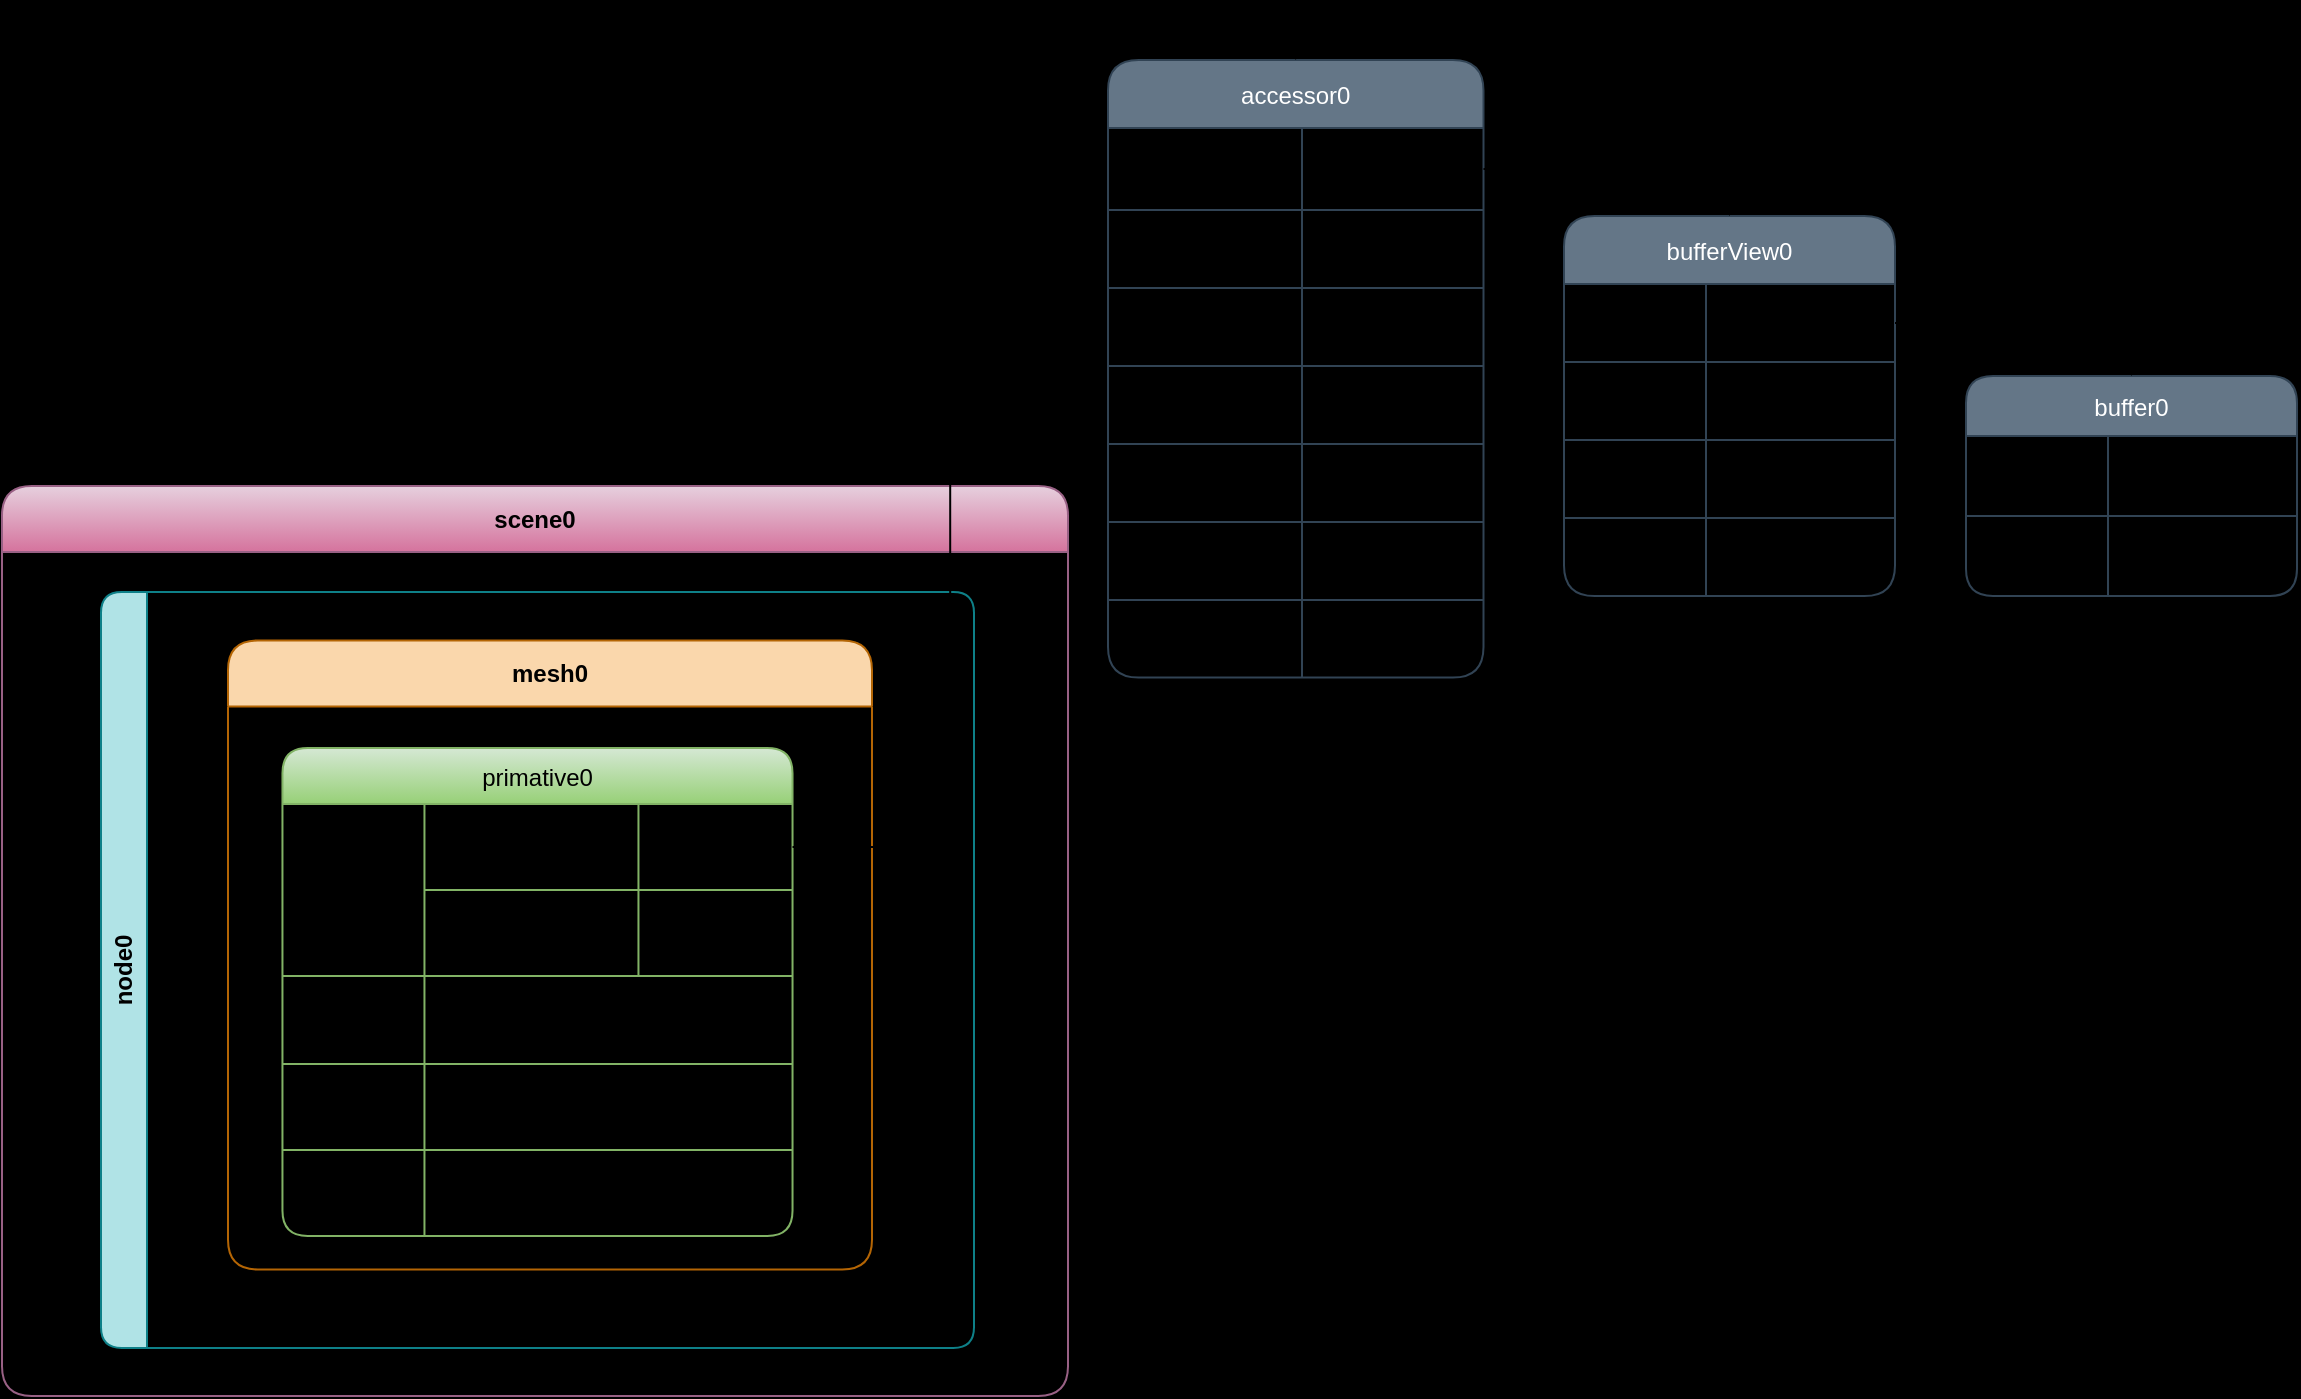
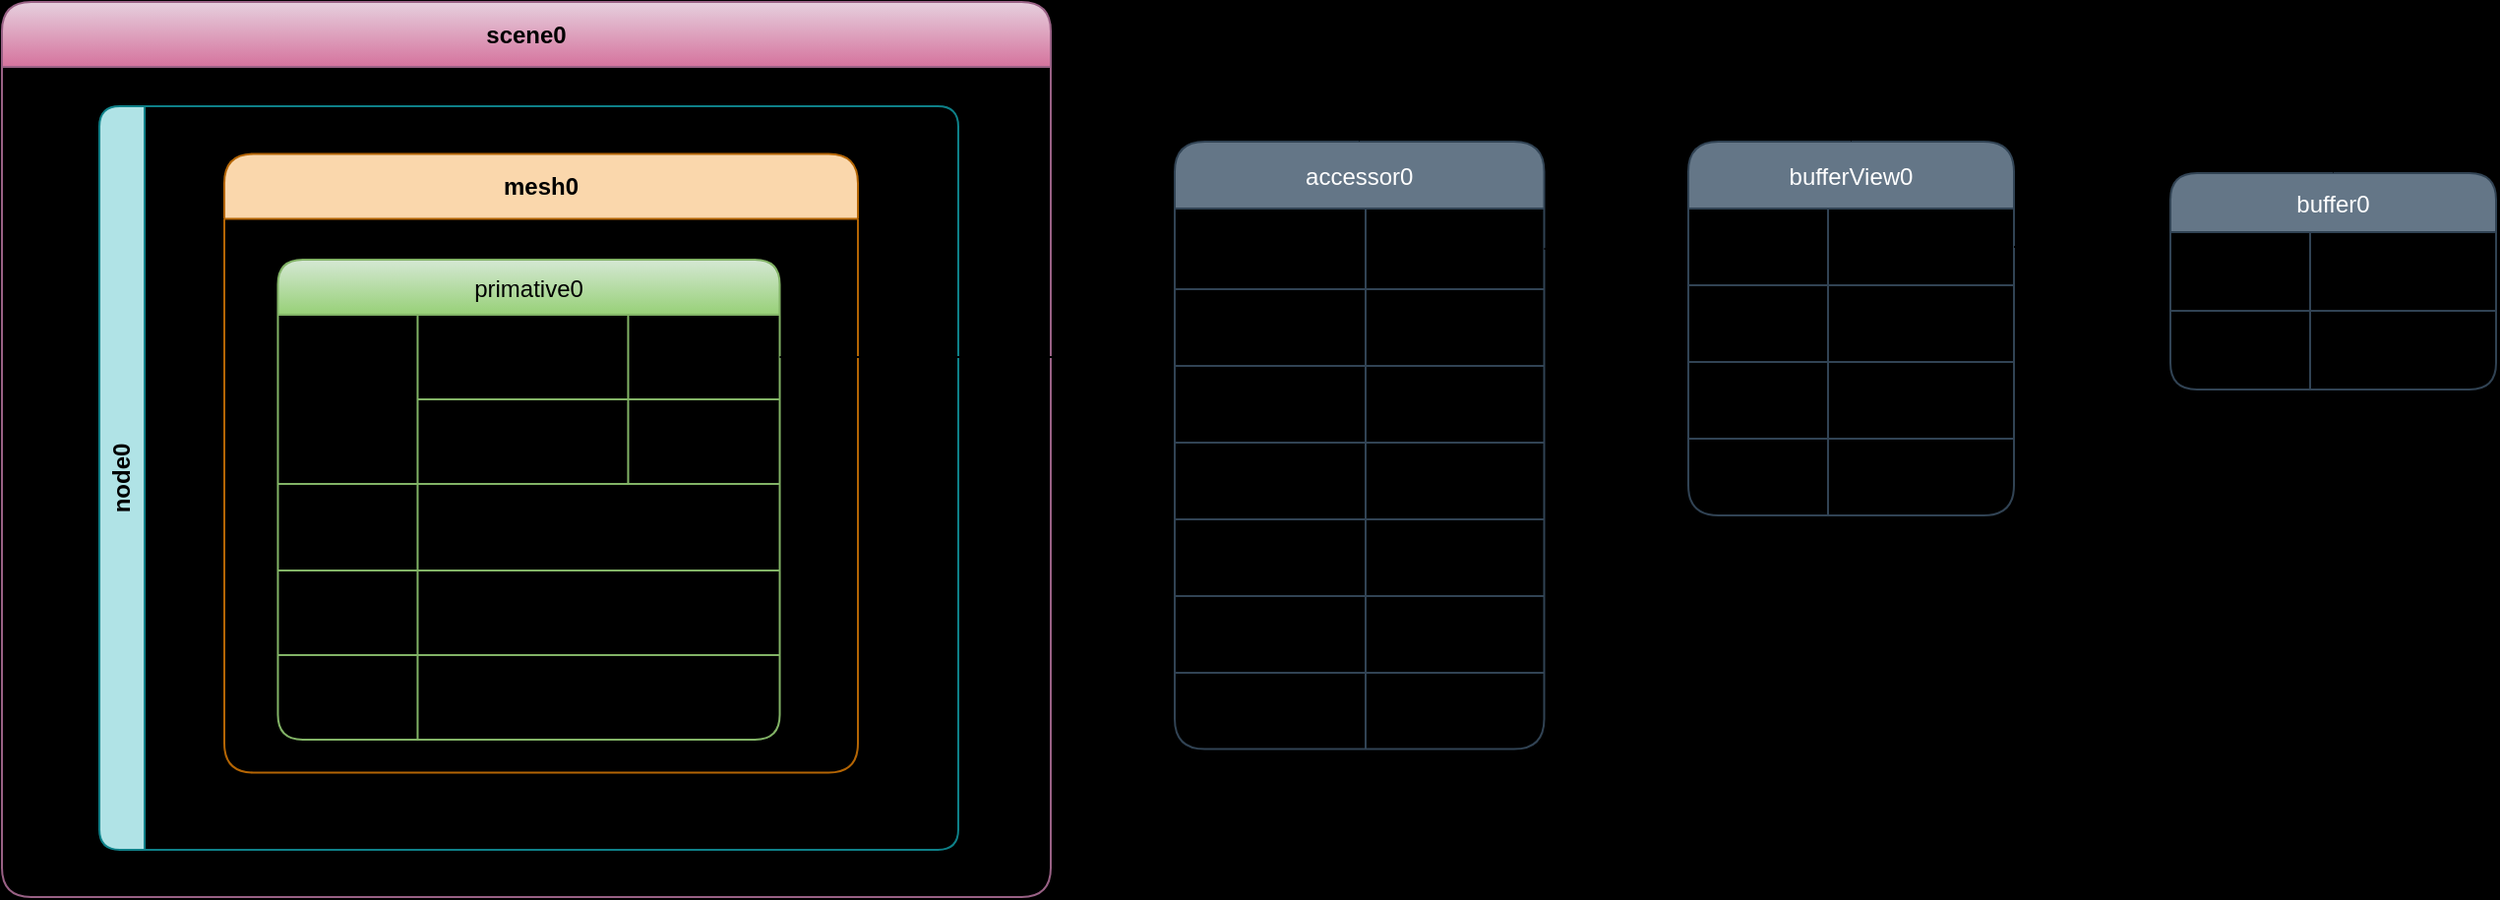
<mxfile host="app.diagrams.net">
  <diagram id="BZvedy4mBk2RI_J5c_5u" name="第 1 页">
    <mxGraphModel dx="2491" dy="1342" grid="0" gridSize="10" guides="1" tooltips="1" connect="1" arrows="1" fold="1" page="0" pageScale="1" pageWidth="827" pageHeight="1169" background="light-dark(#000000,#2B2B2B)" math="0" shadow="0">
      <root>
        <mxCell id="0" />
        <mxCell id="1" parent="0" />
        <mxCell id="-Ds3_SINnqwqFCvs20sv-1" parent="1" style="shape=table;startSize=30;container=1;collapsible=0;childLayout=tableLayout;fixedHeader=1;fillColor=#647687;fontColor=#ffffff;strokeColor=#314354;rounded=1;" value="buffer0" vertex="1">
-           <mxGeometry height="110" width="165.5" x="48" y="40" as="geometry" />
+           <mxGeometry height="110" width="165.5" x="174" y="55" as="geometry" />
        </mxCell>
        <mxCell id="-Ds3_SINnqwqFCvs20sv-2" parent="-Ds3_SINnqwqFCvs20sv-1" style="shape=tableRow;horizontal=0;startSize=0;swimlaneHead=0;swimlaneBody=0;strokeColor=inherit;top=0;left=0;bottom=0;right=0;collapsible=0;dropTarget=0;fillColor=none;points=[[0,0.5],[1,0.5]];portConstraint=eastwest;fixedHeader=1;rounded=1;" value="" vertex="1">
          <mxGeometry height="40" width="165.5" y="30" as="geometry" />
        </mxCell>
        <mxCell id="-Ds3_SINnqwqFCvs20sv-3" parent="-Ds3_SINnqwqFCvs20sv-2" style="shape=partialRectangle;html=1;whiteSpace=wrap;connectable=0;strokeColor=inherit;overflow=hidden;fillColor=none;top=0;left=0;bottom=0;right=0;pointerEvents=1;align=center;rounded=1;" value="uri" vertex="1">
          <mxGeometry height="40" width="71" as="geometry">
            <mxRectangle height="40" width="71" as="alternateBounds" />
          </mxGeometry>
        </mxCell>
        <mxCell id="-Ds3_SINnqwqFCvs20sv-4" parent="-Ds3_SINnqwqFCvs20sv-2" style="shape=partialRectangle;html=1;whiteSpace=wrap;connectable=0;strokeColor=inherit;overflow=hidden;fillColor=none;top=0;left=0;bottom=0;right=0;pointerEvents=1;rounded=1;" value="data:URL" vertex="1">
          <mxGeometry height="40" width="95" x="71" as="geometry">
            <mxRectangle height="40" width="95" as="alternateBounds" />
          </mxGeometry>
        </mxCell>
        <mxCell id="-Ds3_SINnqwqFCvs20sv-5" parent="-Ds3_SINnqwqFCvs20sv-1" style="shape=tableRow;horizontal=0;startSize=0;swimlaneHead=0;swimlaneBody=0;strokeColor=inherit;top=0;left=0;bottom=0;right=0;collapsible=0;dropTarget=0;fillColor=none;points=[[0,0.5],[1,0.5]];portConstraint=eastwest;fixedHeader=1;rounded=1;" value="" vertex="1">
          <mxGeometry height="40" width="165.5" y="70" as="geometry" />
        </mxCell>
        <mxCell id="-Ds3_SINnqwqFCvs20sv-6" parent="-Ds3_SINnqwqFCvs20sv-5" style="shape=partialRectangle;html=1;whiteSpace=wrap;connectable=0;strokeColor=inherit;overflow=hidden;fillColor=none;top=0;left=0;bottom=0;right=0;pointerEvents=1;align=center;rounded=1;" value="byteLength" vertex="1">
          <mxGeometry height="40" width="71" as="geometry">
            <mxRectangle height="40" width="71" as="alternateBounds" />
          </mxGeometry>
        </mxCell>
        <mxCell id="-Ds3_SINnqwqFCvs20sv-7" parent="-Ds3_SINnqwqFCvs20sv-5" style="shape=partialRectangle;html=1;whiteSpace=wrap;connectable=0;strokeColor=inherit;overflow=hidden;fillColor=none;top=0;left=0;bottom=0;right=0;pointerEvents=1;rounded=1;" value="36" vertex="1">
          <mxGeometry height="40" width="95" x="71" as="geometry">
            <mxRectangle height="40" width="95" as="alternateBounds" />
          </mxGeometry>
        </mxCell>
        <mxCell id="IMBELnrVSliVJA-H-ImH-1" parent="1" style="shape=table;startSize=34;container=1;collapsible=0;childLayout=tableLayout;fixedHeader=1;fillColor=#647687;fontColor=#ffffff;strokeColor=#314354;rounded=1;" value="bufferView0" vertex="1">
-           <mxGeometry height="190" width="165.5" x="-153" y="-40" as="geometry" />
+           <mxGeometry height="190" width="165.5" x="-71" y="39" as="geometry" />
        </mxCell>
        <mxCell id="IMBELnrVSliVJA-H-ImH-2" parent="IMBELnrVSliVJA-H-ImH-1" style="shape=tableRow;horizontal=0;startSize=0;swimlaneHead=0;swimlaneBody=0;strokeColor=inherit;top=0;left=0;bottom=0;right=0;collapsible=0;dropTarget=0;fillColor=none;points=[[0,0.5],[1,0.5]];portConstraint=eastwest;fixedHeader=1;rounded=1;" value="" vertex="1">
          <mxGeometry height="39" width="165.5" y="34" as="geometry" />
        </mxCell>
        <mxCell id="IMBELnrVSliVJA-H-ImH-3" parent="IMBELnrVSliVJA-H-ImH-2" style="shape=partialRectangle;html=1;whiteSpace=wrap;connectable=0;strokeColor=inherit;overflow=hidden;fillColor=none;top=0;left=0;bottom=0;right=0;pointerEvents=1;align=center;rounded=1;" value="buffer" vertex="1">
          <mxGeometry height="39" width="71" as="geometry">
            <mxRectangle height="39" width="71" as="alternateBounds" />
          </mxGeometry>
        </mxCell>
        <mxCell id="IMBELnrVSliVJA-H-ImH-4" parent="IMBELnrVSliVJA-H-ImH-2" style="shape=partialRectangle;html=1;whiteSpace=wrap;connectable=0;strokeColor=inherit;overflow=hidden;fillColor=none;top=0;left=0;bottom=0;right=0;pointerEvents=1;rounded=1;" value="0" vertex="1">
          <mxGeometry height="39" width="95" x="71" as="geometry">
            <mxRectangle height="39" width="95" as="alternateBounds" />
          </mxGeometry>
        </mxCell>
        <mxCell id="IMBELnrVSliVJA-H-ImH-5" parent="IMBELnrVSliVJA-H-ImH-1" style="shape=tableRow;horizontal=0;startSize=0;swimlaneHead=0;swimlaneBody=0;strokeColor=inherit;top=0;left=0;bottom=0;right=0;collapsible=0;dropTarget=0;fillColor=none;points=[[0,0.5],[1,0.5]];portConstraint=eastwest;fixedHeader=1;rounded=1;" value="" vertex="1">
          <mxGeometry height="39" width="165.5" y="73" as="geometry" />
        </mxCell>
        <mxCell id="IMBELnrVSliVJA-H-ImH-6" parent="IMBELnrVSliVJA-H-ImH-5" style="shape=partialRectangle;html=1;whiteSpace=wrap;connectable=0;strokeColor=inherit;overflow=hidden;fillColor=none;top=0;left=0;bottom=0;right=0;pointerEvents=1;align=center;rounded=1;" value="byteOffset" vertex="1">
          <mxGeometry height="39" width="71" as="geometry">
            <mxRectangle height="39" width="71" as="alternateBounds" />
          </mxGeometry>
        </mxCell>
        <mxCell id="IMBELnrVSliVJA-H-ImH-7" parent="IMBELnrVSliVJA-H-ImH-5" style="shape=partialRectangle;html=1;whiteSpace=wrap;connectable=0;strokeColor=inherit;overflow=hidden;fillColor=none;top=0;left=0;bottom=0;right=0;pointerEvents=1;rounded=1;" value="0" vertex="1">
          <mxGeometry height="39" width="95" x="71" as="geometry">
            <mxRectangle height="39" width="95" as="alternateBounds" />
          </mxGeometry>
        </mxCell>
        <mxCell id="IMBELnrVSliVJA-H-ImH-8" parent="IMBELnrVSliVJA-H-ImH-1" style="shape=tableRow;horizontal=0;startSize=0;swimlaneHead=0;swimlaneBody=0;strokeColor=inherit;top=0;left=0;bottom=0;right=0;collapsible=0;dropTarget=0;fillColor=none;points=[[0,0.5],[1,0.5]];portConstraint=eastwest;fixedHeader=1;rounded=1;" vertex="1">
          <mxGeometry height="39" width="165.5" y="112" as="geometry" />
        </mxCell>
        <mxCell id="IMBELnrVSliVJA-H-ImH-9" parent="IMBELnrVSliVJA-H-ImH-8" style="shape=partialRectangle;html=1;whiteSpace=wrap;connectable=0;strokeColor=inherit;overflow=hidden;fillColor=none;top=0;left=0;bottom=0;right=0;pointerEvents=1;align=center;rounded=1;" value="byteLength" vertex="1">
          <mxGeometry height="39" width="71" as="geometry">
            <mxRectangle height="39" width="71" as="alternateBounds" />
          </mxGeometry>
        </mxCell>
        <mxCell id="IMBELnrVSliVJA-H-ImH-10" parent="IMBELnrVSliVJA-H-ImH-8" style="shape=partialRectangle;html=1;whiteSpace=wrap;connectable=0;strokeColor=inherit;overflow=hidden;fillColor=none;top=0;left=0;bottom=0;right=0;pointerEvents=1;rounded=1;" value="36" vertex="1">
          <mxGeometry height="39" width="95" x="71" as="geometry">
            <mxRectangle height="39" width="95" as="alternateBounds" />
          </mxGeometry>
        </mxCell>
        <mxCell id="IMBELnrVSliVJA-H-ImH-11" parent="IMBELnrVSliVJA-H-ImH-1" style="shape=tableRow;horizontal=0;startSize=0;swimlaneHead=0;swimlaneBody=0;strokeColor=inherit;top=0;left=0;bottom=0;right=0;collapsible=0;dropTarget=0;fillColor=none;points=[[0,0.5],[1,0.5]];portConstraint=eastwest;fixedHeader=1;rounded=1;" vertex="1">
          <mxGeometry height="39" width="165.5" y="151" as="geometry" />
        </mxCell>
        <mxCell id="IMBELnrVSliVJA-H-ImH-12" parent="IMBELnrVSliVJA-H-ImH-11" style="shape=partialRectangle;html=1;whiteSpace=wrap;connectable=0;strokeColor=inherit;overflow=hidden;fillColor=none;top=0;left=0;bottom=0;right=0;pointerEvents=1;align=center;rounded=1;" value="target" vertex="1">
          <mxGeometry height="39" width="71" as="geometry">
            <mxRectangle height="39" width="71" as="alternateBounds" />
          </mxGeometry>
        </mxCell>
        <mxCell id="IMBELnrVSliVJA-H-ImH-13" parent="IMBELnrVSliVJA-H-ImH-11" style="shape=partialRectangle;html=1;whiteSpace=wrap;connectable=0;strokeColor=inherit;overflow=hidden;fillColor=none;top=0;left=0;bottom=0;right=0;pointerEvents=1;rounded=1;" value="34962" vertex="1">
          <mxGeometry height="39" width="95" x="71" as="geometry">
            <mxRectangle height="39" width="95" as="alternateBounds" />
          </mxGeometry>
        </mxCell>
-         <mxCell id="IMBELnrVSliVJA-H-ImH-15" edge="1" parent="1" source="IMBELnrVSliVJA-H-ImH-2" style="edgeStyle=orthogonalEdgeStyle;rounded=1;orthogonalLoop=1;jettySize=auto;html=1;fontSize=12;startSize=8;endSize=8;exitX=1;exitY=0.5;exitDx=0;exitDy=0;entryX=0.5;entryY=0;entryDx=0;entryDy=0;strokeColor=light-dark(#000000,#80FF00);align=center;verticalAlign=middle;fontFamily=Helvetica;fontColor=default;labelBackgroundColor=default;endArrow=classic;flowAnimation=0;curved=0;" target="-Ds3_SINnqwqFCvs20sv-1">
-           <mxGeometry relative="1" as="geometry" />
+         <mxCell id="IMBELnrVSliVJA-H-ImH-15" edge="1" parent="1" source="IMBELnrVSliVJA-H-ImH-2" style="edgeStyle=orthogonalEdgeStyle;rounded=1;orthogonalLoop=1;jettySize=auto;html=1;fontSize=12;startSize=8;endSize=8;exitX=1;exitY=0.5;exitDx=0;exitDy=0;entryX=0.5;entryY=0;entryDx=0;entryDy=0;strokeColor=light-dark(#000000,#33FF99);align=center;verticalAlign=middle;fontFamily=Helvetica;fontColor=default;labelBackgroundColor=default;endArrow=classic;flowAnimation=0;curved=0;" target="-Ds3_SINnqwqFCvs20sv-1">
+           <mxGeometry relative="1" as="geometry">
+             <Array as="points">
+               <mxPoint x="134" y="93" />
+               <mxPoint x="134" y="24" />
+               <mxPoint x="257" y="24" />
+             </Array>
+           </mxGeometry>
        </mxCell>
        <mxCell id="IMBELnrVSliVJA-H-ImH-16" parent="1" style="shape=table;startSize=34;container=1;collapsible=0;childLayout=tableLayout;fixedHeader=1;fillColor=#647687;fontColor=#ffffff;strokeColor=#314354;rounded=1;" value="accessor0" vertex="1">
-           <mxGeometry height="308.75" width="187.75" x="-381" y="-118" as="geometry" />
+           <mxGeometry height="308.75" width="187.75" x="-332" y="39" as="geometry" />
        </mxCell>
        <mxCell id="IMBELnrVSliVJA-H-ImH-17" parent="IMBELnrVSliVJA-H-ImH-16" style="shape=tableRow;horizontal=0;startSize=0;swimlaneHead=0;swimlaneBody=0;strokeColor=inherit;top=0;left=0;bottom=0;right=0;collapsible=0;dropTarget=0;fillColor=none;points=[[0,0.5],[1,0.5]];portConstraint=eastwest;fixedHeader=1;rounded=1;" value="" vertex="1">
          <mxGeometry height="41" width="187.75" y="34" as="geometry" />
        </mxCell>
        <mxCell id="IMBELnrVSliVJA-H-ImH-18" parent="IMBELnrVSliVJA-H-ImH-17" style="shape=partialRectangle;html=1;whiteSpace=wrap;connectable=0;strokeColor=inherit;overflow=hidden;fillColor=none;top=0;left=0;bottom=0;right=0;pointerEvents=1;align=center;rounded=1;" value="bufferView" vertex="1">
          <mxGeometry height="41" width="97" as="geometry">
            <mxRectangle height="41" width="97" as="alternateBounds" />
          </mxGeometry>
        </mxCell>
        <mxCell id="IMBELnrVSliVJA-H-ImH-19" parent="IMBELnrVSliVJA-H-ImH-17" style="shape=partialRectangle;html=1;whiteSpace=wrap;connectable=0;strokeColor=inherit;overflow=hidden;fillColor=none;top=0;left=0;bottom=0;right=0;pointerEvents=1;rounded=1;" value="0" vertex="1">
          <mxGeometry height="41" width="91" x="97" as="geometry">
            <mxRectangle height="41" width="91" as="alternateBounds" />
          </mxGeometry>
        </mxCell>
        <mxCell id="IMBELnrVSliVJA-H-ImH-20" parent="IMBELnrVSliVJA-H-ImH-16" style="shape=tableRow;horizontal=0;startSize=0;swimlaneHead=0;swimlaneBody=0;strokeColor=inherit;top=0;left=0;bottom=0;right=0;collapsible=0;dropTarget=0;fillColor=none;points=[[0,0.5],[1,0.5]];portConstraint=eastwest;fixedHeader=1;rounded=1;" value="" vertex="1">
          <mxGeometry height="39" width="187.75" y="75" as="geometry" />
        </mxCell>
        <mxCell id="IMBELnrVSliVJA-H-ImH-21" parent="IMBELnrVSliVJA-H-ImH-20" style="shape=partialRectangle;html=1;whiteSpace=wrap;connectable=0;strokeColor=inherit;overflow=hidden;fillColor=none;top=0;left=0;bottom=0;right=0;pointerEvents=1;align=center;rounded=1;" value="byteOffset" vertex="1">
          <mxGeometry height="39" width="97" as="geometry">
            <mxRectangle height="39" width="97" as="alternateBounds" />
          </mxGeometry>
        </mxCell>
        <mxCell id="IMBELnrVSliVJA-H-ImH-22" parent="IMBELnrVSliVJA-H-ImH-20" style="shape=partialRectangle;html=1;whiteSpace=wrap;connectable=0;strokeColor=inherit;overflow=hidden;fillColor=none;top=0;left=0;bottom=0;right=0;pointerEvents=1;rounded=1;" value="0" vertex="1">
          <mxGeometry height="39" width="91" x="97" as="geometry">
            <mxRectangle height="39" width="91" as="alternateBounds" />
          </mxGeometry>
        </mxCell>
        <mxCell id="IMBELnrVSliVJA-H-ImH-23" parent="IMBELnrVSliVJA-H-ImH-16" style="shape=tableRow;horizontal=0;startSize=0;swimlaneHead=0;swimlaneBody=0;strokeColor=inherit;top=0;left=0;bottom=0;right=0;collapsible=0;dropTarget=0;fillColor=none;points=[[0,0.5],[1,0.5]];portConstraint=eastwest;fixedHeader=1;rounded=1;" vertex="1">
          <mxGeometry height="39" width="187.75" y="114" as="geometry" />
        </mxCell>
        <mxCell id="IMBELnrVSliVJA-H-ImH-24" parent="IMBELnrVSliVJA-H-ImH-23" style="shape=partialRectangle;html=1;whiteSpace=wrap;connectable=0;strokeColor=inherit;overflow=hidden;fillColor=none;top=0;left=0;bottom=0;right=0;pointerEvents=1;align=center;rounded=1;" value="componentType" vertex="1">
          <mxGeometry height="39" width="97" as="geometry">
            <mxRectangle height="39" width="97" as="alternateBounds" />
          </mxGeometry>
        </mxCell>
        <mxCell id="IMBELnrVSliVJA-H-ImH-25" parent="IMBELnrVSliVJA-H-ImH-23" style="shape=partialRectangle;html=1;whiteSpace=wrap;connectable=0;strokeColor=inherit;overflow=hidden;fillColor=none;top=0;left=0;bottom=0;right=0;pointerEvents=1;rounded=1;" value="5126" vertex="1">
          <mxGeometry height="39" width="91" x="97" as="geometry">
            <mxRectangle height="39" width="91" as="alternateBounds" />
          </mxGeometry>
        </mxCell>
        <mxCell id="IMBELnrVSliVJA-H-ImH-26" parent="IMBELnrVSliVJA-H-ImH-16" style="shape=tableRow;horizontal=0;startSize=0;swimlaneHead=0;swimlaneBody=0;strokeColor=inherit;top=0;left=0;bottom=0;right=0;collapsible=0;dropTarget=0;fillColor=none;points=[[0,0.5],[1,0.5]];portConstraint=eastwest;fixedHeader=1;rounded=1;" vertex="1">
          <mxGeometry height="39" width="187.75" y="153" as="geometry" />
        </mxCell>
        <mxCell id="IMBELnrVSliVJA-H-ImH-27" parent="IMBELnrVSliVJA-H-ImH-26" style="shape=partialRectangle;html=1;whiteSpace=wrap;connectable=0;strokeColor=inherit;overflow=hidden;fillColor=none;top=0;left=0;bottom=0;right=0;pointerEvents=1;align=center;rounded=1;" value="count" vertex="1">
          <mxGeometry height="39" width="97" as="geometry">
            <mxRectangle height="39" width="97" as="alternateBounds" />
          </mxGeometry>
        </mxCell>
        <mxCell id="IMBELnrVSliVJA-H-ImH-28" parent="IMBELnrVSliVJA-H-ImH-26" style="shape=partialRectangle;html=1;whiteSpace=wrap;connectable=0;strokeColor=inherit;overflow=hidden;fillColor=none;top=0;left=0;bottom=0;right=0;pointerEvents=1;rounded=1;" value="3" vertex="1">
          <mxGeometry height="39" width="91" x="97" as="geometry">
            <mxRectangle height="39" width="91" as="alternateBounds" />
          </mxGeometry>
        </mxCell>
        <mxCell id="IMBELnrVSliVJA-H-ImH-29" parent="IMBELnrVSliVJA-H-ImH-16" style="shape=tableRow;horizontal=0;startSize=0;swimlaneHead=0;swimlaneBody=0;strokeColor=inherit;top=0;left=0;bottom=0;right=0;collapsible=0;dropTarget=0;fillColor=none;points=[[0,0.5],[1,0.5]];portConstraint=eastwest;fixedHeader=1;rounded=1;" vertex="1">
          <mxGeometry height="39" width="187.75" y="192" as="geometry" />
        </mxCell>
        <mxCell id="IMBELnrVSliVJA-H-ImH-30" parent="IMBELnrVSliVJA-H-ImH-29" style="shape=partialRectangle;html=1;whiteSpace=wrap;connectable=0;strokeColor=inherit;overflow=hidden;fillColor=none;top=0;left=0;bottom=0;right=0;pointerEvents=1;align=center;rounded=1;" value="type" vertex="1">
          <mxGeometry height="39" width="97" as="geometry">
            <mxRectangle height="39" width="97" as="alternateBounds" />
          </mxGeometry>
        </mxCell>
        <mxCell id="IMBELnrVSliVJA-H-ImH-31" parent="IMBELnrVSliVJA-H-ImH-29" style="shape=partialRectangle;html=1;whiteSpace=wrap;connectable=0;strokeColor=inherit;overflow=hidden;fillColor=none;top=0;left=0;bottom=0;right=0;pointerEvents=1;rounded=1;" value="&quot;VEC3&quot;" vertex="1">
          <mxGeometry height="39" width="91" x="97" as="geometry">
            <mxRectangle height="39" width="91" as="alternateBounds" />
          </mxGeometry>
        </mxCell>
        <mxCell id="IMBELnrVSliVJA-H-ImH-32" parent="IMBELnrVSliVJA-H-ImH-16" style="shape=tableRow;horizontal=0;startSize=0;swimlaneHead=0;swimlaneBody=0;strokeColor=inherit;top=0;left=0;bottom=0;right=0;collapsible=0;dropTarget=0;fillColor=none;points=[[0,0.5],[1,0.5]];portConstraint=eastwest;fixedHeader=1;rounded=1;" vertex="1">
          <mxGeometry height="39" width="187.75" y="231" as="geometry" />
        </mxCell>
        <mxCell id="IMBELnrVSliVJA-H-ImH-33" parent="IMBELnrVSliVJA-H-ImH-32" style="shape=partialRectangle;html=1;whiteSpace=wrap;connectable=0;strokeColor=inherit;overflow=hidden;fillColor=none;top=0;left=0;bottom=0;right=0;pointerEvents=1;align=center;rounded=1;" value="max" vertex="1">
          <mxGeometry height="39" width="97" as="geometry">
            <mxRectangle height="39" width="97" as="alternateBounds" />
          </mxGeometry>
        </mxCell>
        <mxCell id="IMBELnrVSliVJA-H-ImH-34" parent="IMBELnrVSliVJA-H-ImH-32" style="shape=partialRectangle;html=1;whiteSpace=wrap;connectable=0;strokeColor=inherit;overflow=hidden;fillColor=none;top=0;left=0;bottom=0;right=0;pointerEvents=1;rounded=1;" value="[1.0, 1.0, 0.0]" vertex="1">
          <mxGeometry height="39" width="91" x="97" as="geometry">
            <mxRectangle height="39" width="91" as="alternateBounds" />
          </mxGeometry>
        </mxCell>
        <mxCell id="IMBELnrVSliVJA-H-ImH-35" parent="IMBELnrVSliVJA-H-ImH-16" style="shape=tableRow;horizontal=0;startSize=0;swimlaneHead=0;swimlaneBody=0;strokeColor=inherit;top=0;left=0;bottom=0;right=0;collapsible=0;dropTarget=0;fillColor=none;points=[[0,0.5],[1,0.5]];portConstraint=eastwest;fixedHeader=1;rounded=1;" vertex="1">
          <mxGeometry height="39" width="187.75" y="270" as="geometry" />
        </mxCell>
        <mxCell id="IMBELnrVSliVJA-H-ImH-36" parent="IMBELnrVSliVJA-H-ImH-35" style="shape=partialRectangle;html=1;whiteSpace=wrap;connectable=0;strokeColor=inherit;overflow=hidden;fillColor=none;top=0;left=0;bottom=0;right=0;pointerEvents=1;align=center;rounded=1;" value="min" vertex="1">
          <mxGeometry height="39" width="97" as="geometry">
            <mxRectangle height="39" width="97" as="alternateBounds" />
          </mxGeometry>
        </mxCell>
        <mxCell id="IMBELnrVSliVJA-H-ImH-37" parent="IMBELnrVSliVJA-H-ImH-35" style="shape=partialRectangle;html=1;whiteSpace=wrap;connectable=0;strokeColor=inherit;overflow=hidden;fillColor=none;top=0;left=0;bottom=0;right=0;pointerEvents=1;rounded=1;" value="[0.0, 1.0, 0.0]" vertex="1">
          <mxGeometry height="39" width="91" x="97" as="geometry">
            <mxRectangle height="39" width="91" as="alternateBounds" />
          </mxGeometry>
        </mxCell>
-         <mxCell id="IMBELnrVSliVJA-H-ImH-38" edge="1" parent="1" source="IMBELnrVSliVJA-H-ImH-17" style="edgeStyle=orthogonalEdgeStyle;rounded=1;orthogonalLoop=1;jettySize=auto;html=1;entryX=0.5;entryY=0;entryDx=0;entryDy=0;fontSize=12;startSize=8;endSize=8;exitX=1;exitY=0.5;exitDx=0;exitDy=0;strokeColor=light-dark(#000000,#80FF00);align=center;verticalAlign=middle;fontFamily=Helvetica;fontColor=default;labelBackgroundColor=default;endArrow=classic;flowAnimation=0;curved=0;" target="IMBELnrVSliVJA-H-ImH-1">
-           <mxGeometry relative="1" as="geometry" />
+         <mxCell id="IMBELnrVSliVJA-H-ImH-38" edge="1" parent="1" source="IMBELnrVSliVJA-H-ImH-17" style="edgeStyle=orthogonalEdgeStyle;rounded=1;orthogonalLoop=1;jettySize=auto;html=1;entryX=0.5;entryY=0;entryDx=0;entryDy=0;fontSize=12;startSize=8;endSize=8;exitX=1;exitY=0.5;exitDx=0;exitDy=0;strokeColor=light-dark(#000000,#33FF99);align=center;verticalAlign=middle;fontFamily=Helvetica;fontColor=default;labelBackgroundColor=default;endArrow=classic;flowAnimation=0;curved=0;" target="IMBELnrVSliVJA-H-ImH-1">
+           <mxGeometry relative="1" as="geometry">
+             <Array as="points">
+               <mxPoint x="-108" y="94" />
+               <mxPoint x="-108" y="17" />
+               <mxPoint x="12" y="17" />
+             </Array>
+           </mxGeometry>
        </mxCell>
        <mxCell id="GIUIsMX7UZoavufT8lRc-1" parent="1" style="swimlane;whiteSpace=wrap;html=1;startSize=33;strokeColor=#996185;labelBackgroundColor=none;labelBorderColor=none;fillColor=#e6d0de;gradientColor=#d5739d;rounded=1;" value="&lt;span style=&quot;color: light-dark(rgb(0, 0, 0), rgb(102, 255, 179));&quot;&gt;scene0&lt;/span&gt;" vertex="1">
-           <mxGeometry height="455" width="533" x="-934" y="95" as="geometry" />
+           <mxGeometry height="455" width="533" x="-928" y="-32" as="geometry" />
        </mxCell>
        <mxCell id="GIUIsMX7UZoavufT8lRc-2" parent="GIUIsMX7UZoavufT8lRc-1" style="swimlane;horizontal=0;whiteSpace=wrap;html=1;fillColor=#b0e3e6;strokeColor=#0e8088;rounded=1;" value="&lt;span style=&quot;color: light-dark(rgb(0, 0, 0), rgb(102, 255, 179));&quot;&gt;node0&lt;/span&gt;" vertex="1">
          <mxGeometry height="378" width="436.5" x="49.5" y="53" as="geometry" />
        </mxCell>
        <mxCell id="oYlXVEz9eKNw0EBKh330-92" parent="GIUIsMX7UZoavufT8lRc-2" style="swimlane;whiteSpace=wrap;html=1;startSize=33;strokeColor=#b46504;fillColor=#fad7ac;rounded=1;" value="&lt;span style=&quot;color: light-dark(rgb(0, 0, 0), rgb(102, 255, 179));&quot;&gt;mesh0&lt;/span&gt;" vertex="1">
          <mxGeometry height="314.5" width="322" x="63.5" y="24.25" as="geometry" />
        </mxCell>
        <mxCell id="yEyvN-dxv5ZRYvW9oAyH-35" parent="oYlXVEz9eKNw0EBKh330-92" style="shape=table;startSize=28;container=1;collapsible=0;childLayout=tableLayout;fixedHeader=1;fillColor=#d5e8d4;strokeColor=#82b366;rounded=1;gradientColor=#97d077;" value="primative0" vertex="1">
          <mxGeometry height="244" width="255.0344827586207" x="27.230000000000018" y="53.75" as="geometry" />
        </mxCell>
        <mxCell id="yEyvN-dxv5ZRYvW9oAyH-36" parent="yEyvN-dxv5ZRYvW9oAyH-35" style="shape=tableRow;horizontal=0;startSize=0;swimlaneHead=0;swimlaneBody=0;strokeColor=inherit;top=0;left=0;bottom=0;right=0;collapsible=0;dropTarget=0;fillColor=none;points=[[0,0.5],[1,0.5]];portConstraint=eastwest;fixedHeader=1;rounded=1;" value="" vertex="1">
          <mxGeometry height="43" width="255.0344827586207" y="28" as="geometry" />
        </mxCell>
        <mxCell id="yEyvN-dxv5ZRYvW9oAyH-37" parent="yEyvN-dxv5ZRYvW9oAyH-36" style="shape=partialRectangle;html=1;whiteSpace=wrap;connectable=0;strokeColor=inherit;overflow=hidden;fillColor=none;top=0;left=0;bottom=0;right=0;pointerEvents=1;align=center;rounded=1;rowspan=2;colspan=1;" value="attributes" vertex="1">
          <mxGeometry height="86" width="71" as="geometry">
            <mxRectangle height="43" width="71" as="alternateBounds" />
          </mxGeometry>
        </mxCell>
        <mxCell id="yEyvN-dxv5ZRYvW9oAyH-38" parent="yEyvN-dxv5ZRYvW9oAyH-36" style="shape=partialRectangle;html=1;whiteSpace=wrap;connectable=0;strokeColor=inherit;overflow=hidden;fillColor=none;top=0;left=0;bottom=0;right=0;pointerEvents=1;rounded=1;" value="POSITION" vertex="1">
          <mxGeometry height="43" width="107" x="71" as="geometry">
            <mxRectangle height="43" width="107" as="alternateBounds" />
          </mxGeometry>
        </mxCell>
        <mxCell id="yEyvN-dxv5ZRYvW9oAyH-55" parent="yEyvN-dxv5ZRYvW9oAyH-36" style="shape=partialRectangle;html=1;whiteSpace=wrap;connectable=0;strokeColor=inherit;overflow=hidden;fillColor=none;top=0;left=0;bottom=0;right=0;pointerEvents=1;rounded=1;" value="0" vertex="1">
          <mxGeometry height="43" width="77" x="178" as="geometry">
            <mxRectangle height="43" width="77" as="alternateBounds" />
          </mxGeometry>
        </mxCell>
        <mxCell id="yEyvN-dxv5ZRYvW9oAyH-59" parent="yEyvN-dxv5ZRYvW9oAyH-35" style="shape=tableRow;horizontal=0;startSize=0;swimlaneHead=0;swimlaneBody=0;strokeColor=inherit;top=0;left=0;bottom=0;right=0;collapsible=0;dropTarget=0;fillColor=none;points=[[0,0.5],[1,0.5]];portConstraint=eastwest;fixedHeader=1;rounded=1;" vertex="1">
          <mxGeometry height="43" width="255.0344827586207" y="71" as="geometry" />
        </mxCell>
        <mxCell id="yEyvN-dxv5ZRYvW9oAyH-60" parent="yEyvN-dxv5ZRYvW9oAyH-59" style="shape=partialRectangle;html=1;whiteSpace=wrap;connectable=0;strokeColor=inherit;overflow=hidden;fillColor=none;top=0;left=0;bottom=0;right=0;pointerEvents=1;align=center;rounded=1;" vertex="1" visible="0">
          <mxGeometry height="43" width="71" as="geometry">
            <mxRectangle height="43" width="71" as="alternateBounds" />
          </mxGeometry>
        </mxCell>
        <mxCell id="yEyvN-dxv5ZRYvW9oAyH-61" parent="yEyvN-dxv5ZRYvW9oAyH-59" style="shape=partialRectangle;html=1;whiteSpace=wrap;connectable=0;strokeColor=inherit;overflow=hidden;fillColor=none;top=0;left=0;bottom=0;right=0;pointerEvents=1;rounded=1;" value="&lt;div style=&quot;text-align: center;&quot;&gt;TEXCOORD_0&lt;/div&gt;" vertex="1">
          <mxGeometry height="43" width="107" x="71" as="geometry">
            <mxRectangle height="43" width="107" as="alternateBounds" />
          </mxGeometry>
        </mxCell>
        <mxCell id="yEyvN-dxv5ZRYvW9oAyH-62" parent="yEyvN-dxv5ZRYvW9oAyH-59" style="shape=partialRectangle;html=1;whiteSpace=wrap;connectable=0;strokeColor=inherit;overflow=hidden;fillColor=none;top=0;left=0;bottom=0;right=0;pointerEvents=1;rounded=1;" vertex="1">
          <mxGeometry height="43" width="77" x="178" as="geometry">
            <mxRectangle height="43" width="77" as="alternateBounds" />
          </mxGeometry>
        </mxCell>
        <mxCell id="yEyvN-dxv5ZRYvW9oAyH-39" parent="yEyvN-dxv5ZRYvW9oAyH-35" style="shape=tableRow;horizontal=0;startSize=0;swimlaneHead=0;swimlaneBody=0;strokeColor=inherit;top=0;left=0;bottom=0;right=0;collapsible=0;dropTarget=0;fillColor=none;points=[[0,0.5],[1,0.5]];portConstraint=eastwest;fixedHeader=1;rounded=1;" vertex="1">
          <mxGeometry height="44" width="255.0344827586207" y="114" as="geometry" />
        </mxCell>
        <mxCell id="yEyvN-dxv5ZRYvW9oAyH-40" parent="yEyvN-dxv5ZRYvW9oAyH-39" style="shape=partialRectangle;html=1;whiteSpace=wrap;connectable=0;strokeColor=inherit;overflow=hidden;fillColor=none;top=0;left=0;bottom=0;right=0;pointerEvents=1;align=center;rounded=1;" value="indices" vertex="1">
          <mxGeometry height="44" width="71" as="geometry">
            <mxRectangle height="44" width="71" as="alternateBounds" />
          </mxGeometry>
        </mxCell>
        <mxCell id="yEyvN-dxv5ZRYvW9oAyH-41" parent="yEyvN-dxv5ZRYvW9oAyH-39" style="shape=partialRectangle;html=1;whiteSpace=wrap;connectable=0;strokeColor=inherit;overflow=hidden;fillColor=none;top=0;left=0;bottom=0;right=0;pointerEvents=1;rounded=1;rowspan=1;colspan=2;" value="1" vertex="1">
          <mxGeometry height="44" width="184" x="71" as="geometry">
            <mxRectangle height="44" width="107" as="alternateBounds" />
          </mxGeometry>
        </mxCell>
        <mxCell id="yEyvN-dxv5ZRYvW9oAyH-56" parent="yEyvN-dxv5ZRYvW9oAyH-39" style="shape=partialRectangle;html=1;whiteSpace=wrap;connectable=0;strokeColor=inherit;overflow=hidden;fillColor=none;top=0;left=0;bottom=0;right=0;pointerEvents=1;rounded=1;" vertex="1" visible="0">
          <mxGeometry height="44" width="77" x="178" as="geometry">
            <mxRectangle height="44" width="77" as="alternateBounds" />
          </mxGeometry>
        </mxCell>
        <mxCell id="yEyvN-dxv5ZRYvW9oAyH-42" parent="yEyvN-dxv5ZRYvW9oAyH-35" style="shape=tableRow;horizontal=0;startSize=0;swimlaneHead=0;swimlaneBody=0;strokeColor=inherit;top=0;left=0;bottom=0;right=0;collapsible=0;dropTarget=0;fillColor=none;points=[[0,0.5],[1,0.5]];portConstraint=eastwest;fixedHeader=1;rounded=1;" vertex="1">
          <mxGeometry height="43" width="255.0344827586207" y="158" as="geometry" />
        </mxCell>
        <mxCell id="yEyvN-dxv5ZRYvW9oAyH-43" parent="yEyvN-dxv5ZRYvW9oAyH-42" style="shape=partialRectangle;html=1;whiteSpace=wrap;connectable=0;strokeColor=inherit;overflow=hidden;fillColor=none;top=0;left=0;bottom=0;right=0;pointerEvents=1;align=center;rounded=1;" value="material" vertex="1">
          <mxGeometry height="43" width="71" as="geometry">
            <mxRectangle height="43" width="71" as="alternateBounds" />
          </mxGeometry>
        </mxCell>
        <mxCell id="yEyvN-dxv5ZRYvW9oAyH-44" parent="yEyvN-dxv5ZRYvW9oAyH-42" style="shape=partialRectangle;html=1;whiteSpace=wrap;connectable=0;strokeColor=inherit;overflow=hidden;fillColor=none;top=0;left=0;bottom=0;right=0;pointerEvents=1;rounded=1;rowspan=1;colspan=2;" value="1" vertex="1">
          <mxGeometry height="43" width="184" x="71" as="geometry">
            <mxRectangle height="43" width="107" as="alternateBounds" />
          </mxGeometry>
        </mxCell>
        <mxCell id="yEyvN-dxv5ZRYvW9oAyH-57" parent="yEyvN-dxv5ZRYvW9oAyH-42" style="shape=partialRectangle;html=1;whiteSpace=wrap;connectable=0;strokeColor=inherit;overflow=hidden;fillColor=none;top=0;left=0;bottom=0;right=0;pointerEvents=1;rounded=1;" vertex="1" visible="0">
          <mxGeometry height="43" width="77" x="178" as="geometry">
            <mxRectangle height="43" width="77" as="alternateBounds" />
          </mxGeometry>
        </mxCell>
        <mxCell id="yEyvN-dxv5ZRYvW9oAyH-45" parent="yEyvN-dxv5ZRYvW9oAyH-35" style="shape=tableRow;horizontal=0;startSize=0;swimlaneHead=0;swimlaneBody=0;strokeColor=inherit;top=0;left=0;bottom=0;right=0;collapsible=0;dropTarget=0;fillColor=none;points=[[0,0.5],[1,0.5]];portConstraint=eastwest;fixedHeader=1;rounded=1;" vertex="1">
          <mxGeometry height="43" width="255.0344827586207" y="201" as="geometry" />
        </mxCell>
        <mxCell id="yEyvN-dxv5ZRYvW9oAyH-46" parent="yEyvN-dxv5ZRYvW9oAyH-45" style="shape=partialRectangle;html=1;whiteSpace=wrap;connectable=0;strokeColor=inherit;overflow=hidden;fillColor=none;top=0;left=0;bottom=0;right=0;pointerEvents=1;align=center;rounded=1;" value="mode" vertex="1">
          <mxGeometry height="43" width="71" as="geometry">
            <mxRectangle height="43" width="71" as="alternateBounds" />
          </mxGeometry>
        </mxCell>
        <mxCell id="yEyvN-dxv5ZRYvW9oAyH-47" parent="yEyvN-dxv5ZRYvW9oAyH-45" style="shape=partialRectangle;html=1;whiteSpace=wrap;connectable=0;strokeColor=inherit;overflow=hidden;fillColor=none;top=0;left=0;bottom=0;right=0;pointerEvents=1;rounded=1;rowspan=1;colspan=2;" value="4" vertex="1">
          <mxGeometry height="43" width="184" x="71" as="geometry">
            <mxRectangle height="43" width="107" as="alternateBounds" />
          </mxGeometry>
        </mxCell>
        <mxCell id="yEyvN-dxv5ZRYvW9oAyH-58" parent="yEyvN-dxv5ZRYvW9oAyH-45" style="shape=partialRectangle;html=1;whiteSpace=wrap;connectable=0;strokeColor=inherit;overflow=hidden;fillColor=none;top=0;left=0;bottom=0;right=0;pointerEvents=1;rounded=1;" vertex="1" visible="0">
          <mxGeometry height="43" width="77" x="178" as="geometry">
            <mxRectangle height="43" width="77" as="alternateBounds" />
          </mxGeometry>
        </mxCell>
-         <mxCell id="yEyvN-dxv5ZRYvW9oAyH-63" edge="1" parent="1" source="yEyvN-dxv5ZRYvW9oAyH-36" style="edgeStyle=orthogonalEdgeStyle;rounded=1;orthogonalLoop=1;jettySize=auto;html=1;entryX=0.5;entryY=0;entryDx=0;entryDy=0;fontSize=12;startSize=8;endSize=8;exitX=1;exitY=0.5;exitDx=0;exitDy=0;flowAnimation=0;strokeColor=light-dark(#000000,#80FF00);curved=0;" target="IMBELnrVSliVJA-H-ImH-16">
-           <mxGeometry relative="1" as="geometry" />
+         <mxCell id="yEyvN-dxv5ZRYvW9oAyH-63" edge="1" parent="1" source="yEyvN-dxv5ZRYvW9oAyH-36" style="edgeStyle=orthogonalEdgeStyle;rounded=1;orthogonalLoop=1;jettySize=auto;html=1;entryX=0.5;entryY=0;entryDx=0;entryDy=0;fontSize=12;startSize=8;endSize=8;exitX=1;exitY=0.5;exitDx=0;exitDy=0;flowAnimation=0;strokeColor=light-dark(#000000,#33FF99);curved=0;" target="IMBELnrVSliVJA-H-ImH-16">
+           <mxGeometry relative="1" as="geometry">
+             <Array as="points">
+               <mxPoint x="-371" y="149" />
+               <mxPoint x="-371" y="19" />
+               <mxPoint x="-238" y="19" />
+             </Array>
+           </mxGeometry>
        </mxCell>
      </root>
    </mxGraphModel>
  </diagram>
</mxfile>
